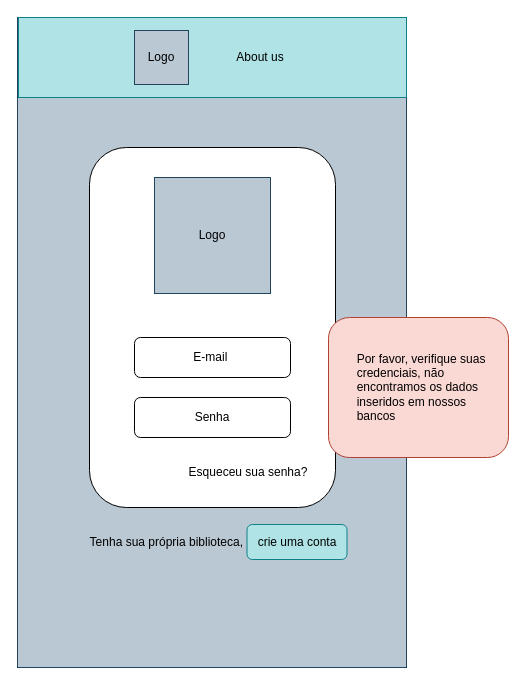
Above: page "Errou a senha ou e-mail" (3 of 13) of Bookshelf.drawio in LeoHMuniz/FrontEnd (draw.io), before the change. Source tidied: cells renumbered, new cells numbered last; positions are measured from the earlier drawing's top-left corner, leaving out a move shared by most shapes. Both pictures are drawn from the tidied source at 100%, with x=0, y=0 at pixel (17, 17).
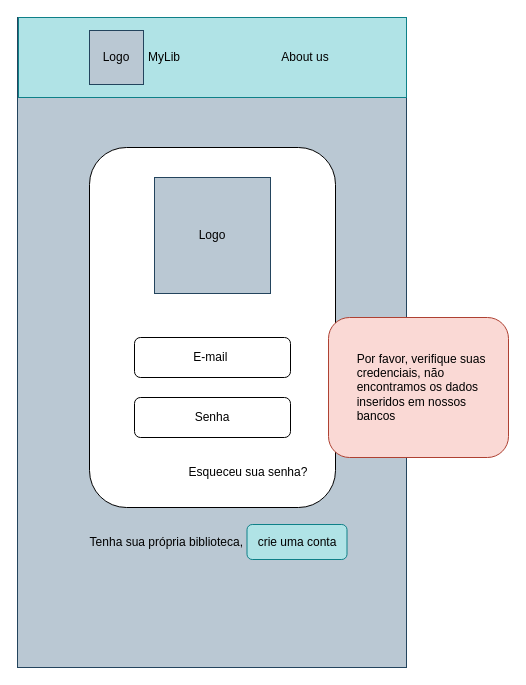
Above is the later version.

Diff of the diagram source:
```diff
@@
 <mxGraphModel>
   <root>
     <mxCell id="0" />
     <mxCell id="1" parent="0" />
     <mxCell id="2" style="rounded=0;whiteSpace=wrap;html=1;fillColor=#bac8d3;strokeColor=#23445d;" parent="1" vertex="1">
       <mxGeometry width="389" height="650" as="geometry" />
     </mxCell>
     <mxCell id="3" style="rounded=1;whiteSpace=wrap;html=1;" parent="1" vertex="1">
       <mxGeometry x="72" y="130" width="246" height="360" as="geometry" />
     </mxCell>
     <mxCell id="4" value="Logo" style="whiteSpace=wrap;html=1;fillColor=#bac8d3;strokeColor=#23445d;" parent="1" vertex="1">
       <mxGeometry x="137" y="160" width="116" height="116" as="geometry" />
     </mxCell>
     <mxCell id="5" value="E-mail&amp;nbsp;" style="rounded=1;whiteSpace=wrap;html=1;fillColor=none;" parent="1" vertex="1">
       <mxGeometry x="117" y="320" width="156" height="40" as="geometry" />
     </mxCell>
     <mxCell id="6" value="&lt;div style=&quot;&quot;&gt;&lt;span style=&quot;background-color: initial;&quot;&gt;Senha&lt;/span&gt;&lt;/div&gt;" style="rounded=1;whiteSpace=wrap;html=1;align=center;fillColor=none;" parent="1" vertex="1">
       <mxGeometry x="117" y="380" width="156" height="40" as="geometry" />
     </mxCell>
     <mxCell id="7" style="rounded=0;whiteSpace=wrap;html=1;fillColor=#b0e3e6;strokeColor=#0e8088;" parent="1" vertex="1">
       <mxGeometry x="1" width="388" height="80" as="geometry" />
     </mxCell>
     <mxCell id="8" value="About us" style="text;html=1;strokeColor=none;fillColor=none;align=center;verticalAlign=middle;whiteSpace=wrap;rounded=0;" parent="1" vertex="1">
-      <mxGeometry x="213" y="25" width="60" height="30" as="geometry" />
+      <mxGeometry x="258" y="25" width="60" height="30" as="geometry" />
     </mxCell>
-    <mxCell id="9" value="Logo" style="whiteSpace=wrap;html=1;fillColor=#bac8d3;strokeColor=#23445d;" parent="1" vertex="1">
-      <mxGeometry x="117" y="13" width="54" height="54" as="geometry" />
-    </mxCell>
     <mxCell id="10" value="Esqueceu sua senha?" style="text;html=1;strokeColor=none;fillColor=none;align=center;verticalAlign=middle;whiteSpace=wrap;rounded=0;" parent="1" vertex="1">
       <mxGeometry x="161" y="440" width="140" height="30" as="geometry" />
     </mxCell>
     <mxCell id="11" value="Tenha sua própria biblioteca,&amp;nbsp;" style="text;html=1;strokeColor=none;fillColor=none;align=center;verticalAlign=middle;whiteSpace=wrap;rounded=0;" parent="1" vertex="1">
       <mxGeometry x="60.5" y="510" width="180" height="30" as="geometry" />
     </mxCell>
     <mxCell id="12" value="crie uma conta" style="rounded=1;whiteSpace=wrap;html=1;fillColor=#b0e3e6;strokeColor=#0e8088;" parent="1" vertex="1">
       <mxGeometry x="229.5" y="507" width="100" height="35" as="geometry" />
     </mxCell>
     <mxCell id="13" value="&lt;div style=&quot;&quot;&gt;&lt;span style=&quot;background-color: initial;&quot;&gt;&lt;span style=&quot;white-space: pre;&quot;&gt;&#9;&lt;/span&gt;Por favor, verifique suas &lt;span style=&quot;white-space: pre;&quot;&gt;&#9;&lt;/span&gt;credenciais, não &lt;span style=&quot;white-space: pre;&quot;&gt;&#9;&lt;/span&gt;encontramos os dados &lt;span style=&quot;white-space: pre;&quot;&gt;&#9;&lt;/span&gt;inseridos em nossos &lt;span style=&quot;white-space: pre;&quot;&gt;&#9;&lt;/span&gt;bancos&lt;/span&gt;&lt;/div&gt;" style="rounded=1;whiteSpace=wrap;html=1;fillColor=#fad9d5;strokeColor=#ae4132;align=left;" parent="1" vertex="1">
       <mxGeometry x="311" y="300" width="180" height="140" as="geometry" />
     </mxCell>
+    <mxCell id="9" value="Logo" style="whiteSpace=wrap;html=1;fillColor=#bac8d3;strokeColor=#23445d;" parent="1" vertex="1">
+      <mxGeometry x="72" y="13" width="54" height="54" as="geometry" />
+    </mxCell>
+    <mxCell id="14" value="MyLib" style="text;html=1;strokeColor=none;fillColor=none;align=center;verticalAlign=middle;whiteSpace=wrap;rounded=0;" parent="1" vertex="1">
+      <mxGeometry x="102" y="25" width="90" height="30" as="geometry" />
+    </mxCell>
   </root>
 </mxGraphModel>
```
